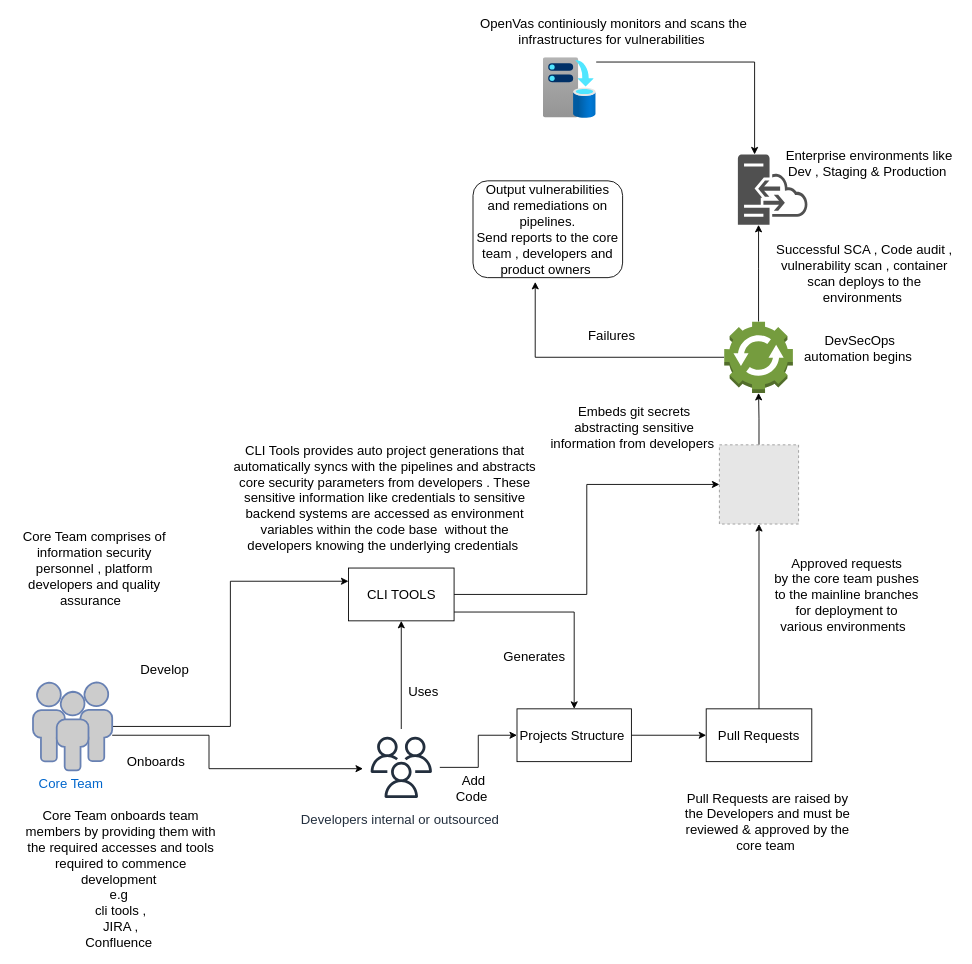
tyger-rareatom/consulting-architectures keeps this draw.io diagram as page "Internal process flow" (2 of 3) of icurity.drawio. Above is the earlier version. Source tidied: cells renumbered, new cells numbered last; positions are measured from the earlier drawing's top-left corner, leaving out a move shared by most shapes. Both pictures are drawn from the tidied source at 88%, with x=0, y=0 at pixel (15, 22). Pictures stored in the file or linked from it are replaced by grey dashed boxes.
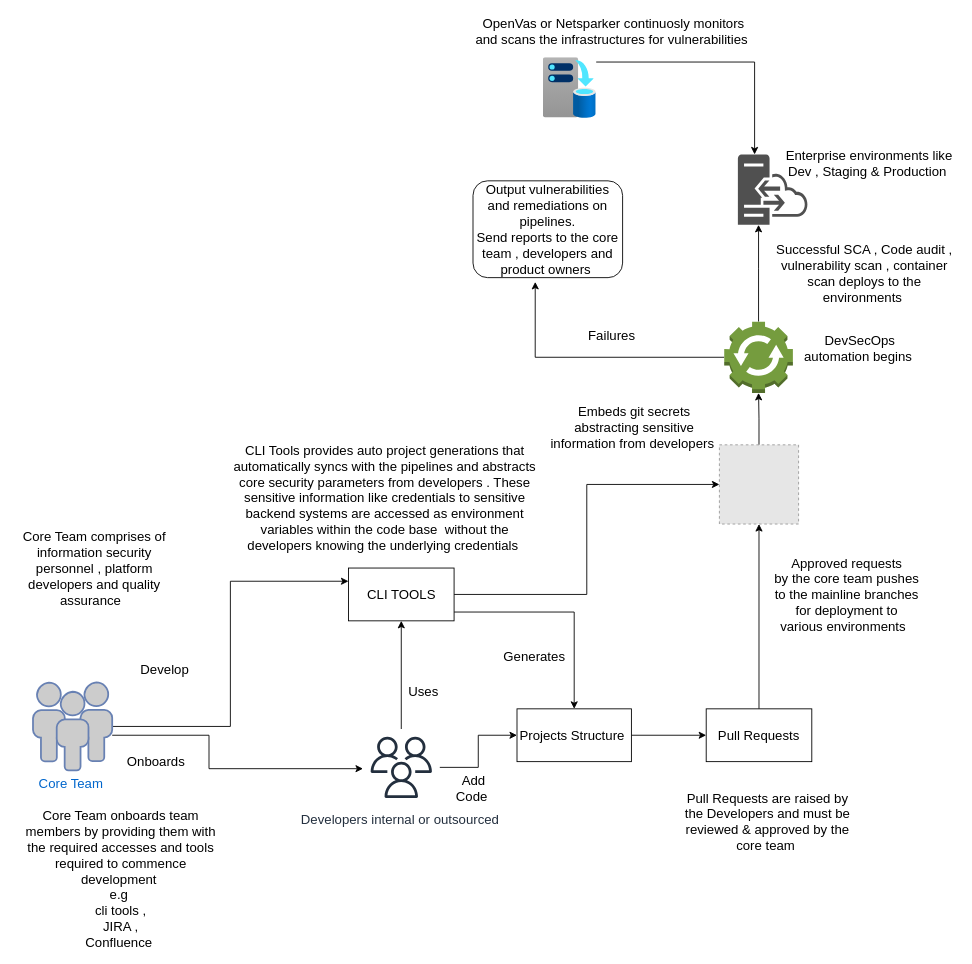
The same page after the edit.

Commit message:
Updated arcchitecture texts

What changed in the source:
```diff
@@
-    <mxCell id="39" value="OpenVas continiously monitors and scans the infrastructures for vulnerabilities&amp;nbsp;" style="text;html=1;strokeColor=none;fillColor=none;align=center;verticalAlign=middle;whiteSpace=wrap;rounded=0;fontSize=15;" parent="1" vertex="1">
+    <mxCell id="39" value="OpenVas or Netsparker continuosly monitors and scans the infrastructures for vulnerabilities&amp;nbsp;" style="text;html=1;strokeColor=none;fillColor=none;align=center;verticalAlign=middle;whiteSpace=wrap;rounded=0;fontSize=15;" parent="1" vertex="1">
       <mxGeometry x="516" width="328" height="20" as="geometry" />
     </mxCell>
```
